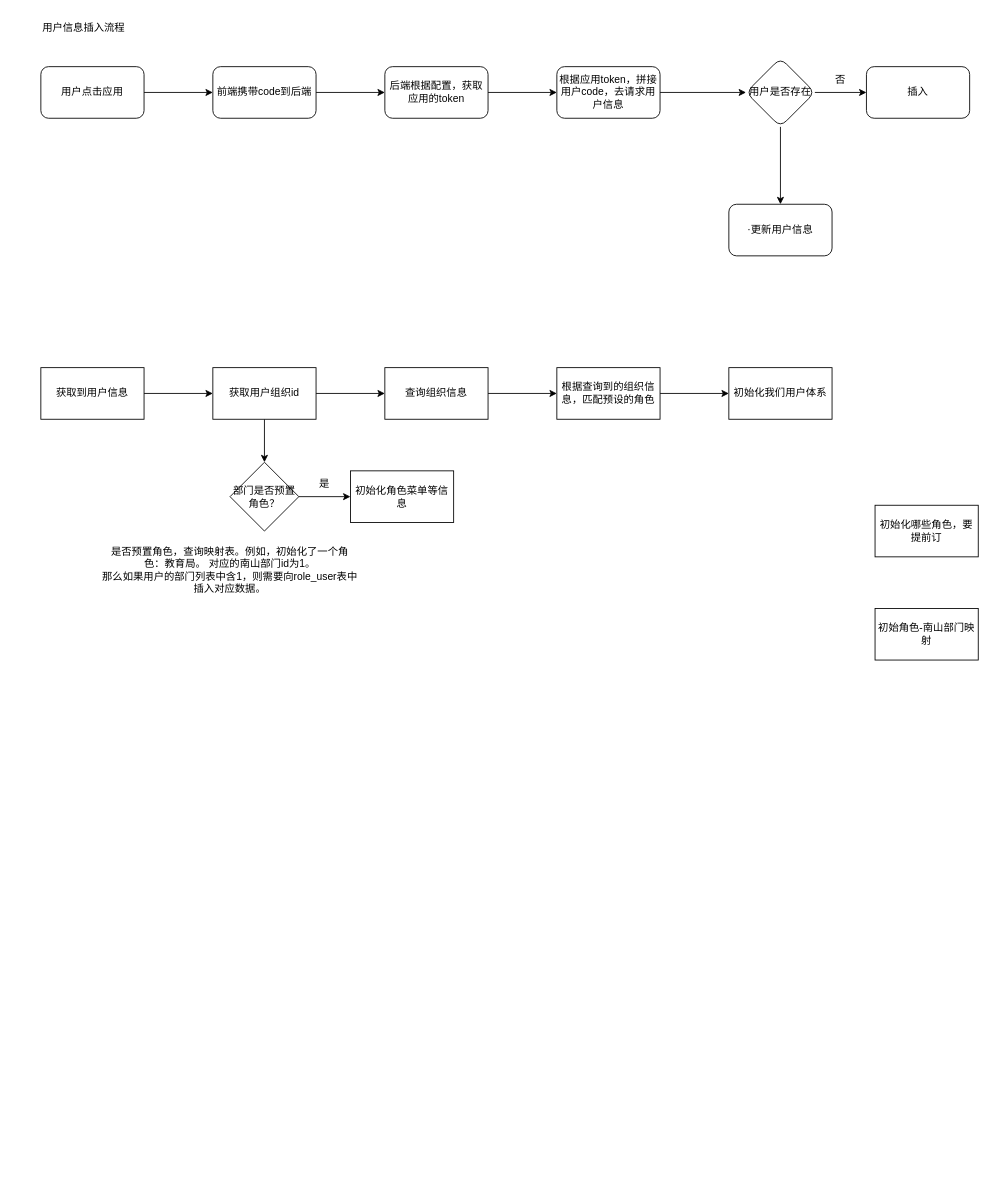
Above: qh/一体化平台门户.drawio in shaominghuiwhatsup/graph (draw.io), before the change. Source tidied: cells renumbered, new cells numbered last; positions are measured from the earlier drawing's top-left corner, leaving out a move shared by most shapes. Both pictures are drawn from the tidied source at 86%, with x=0, y=0 at pixel (15, 15).
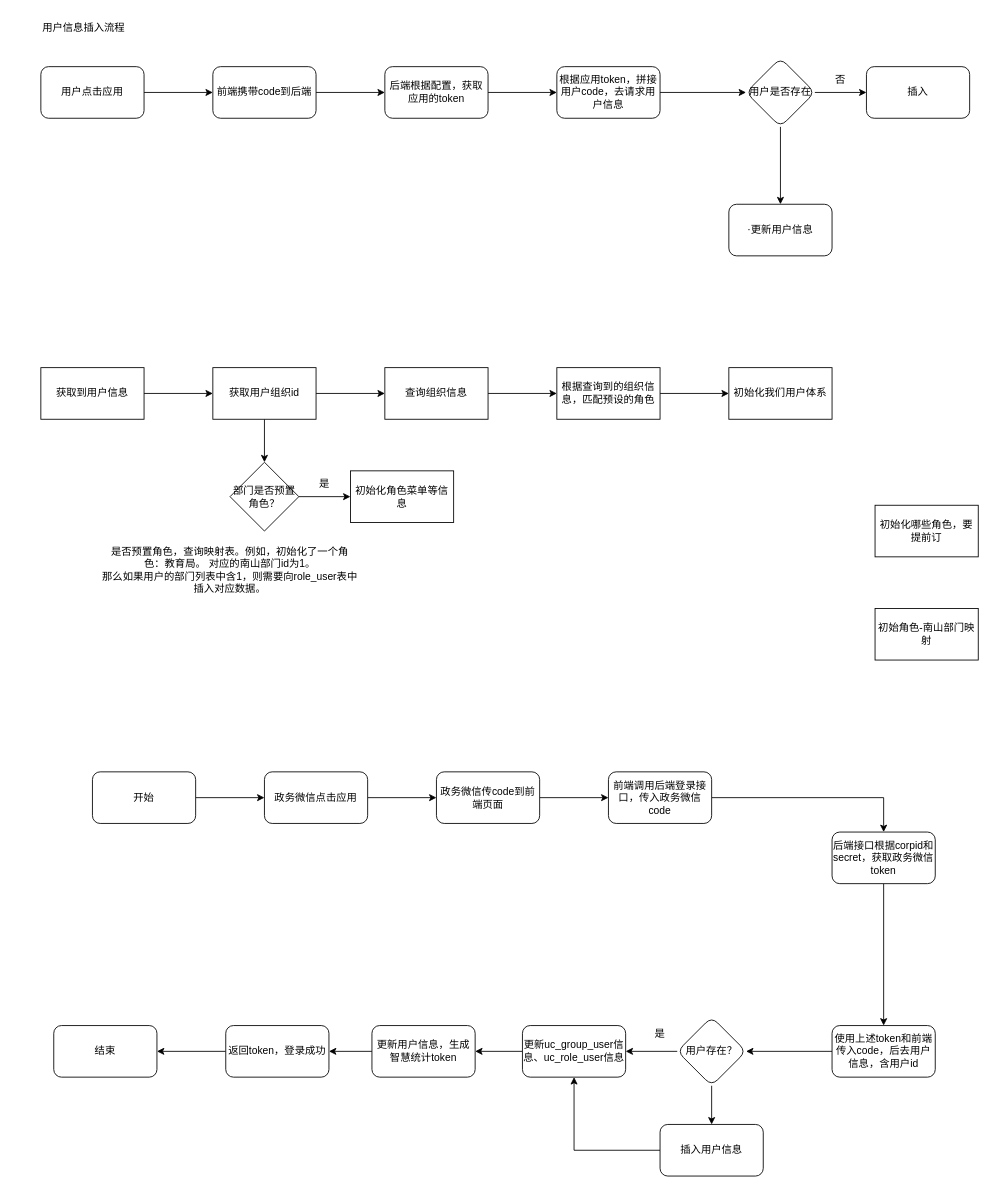
Above is the later version.

Commit message:
更新一体化平台门户.drawio

The edit, as a diff of the source:
```diff
@@
+    <mxCell id="34" style="edgeStyle=orthogonalEdgeStyle;rounded=0;jettySize=auto;html=1;" parent="1" edge="1" source="35" target="37">
+      <mxGeometry relative="1" as="geometry" />
+    </mxCell>
+    <mxCell id="35" value="开始" style="rounded=1;whiteSpace=wrap;html=1;" parent="1" vertex="1">
+      <mxGeometry x="90" y="880" width="120" height="60" as="geometry" />
+    </mxCell>
+    <mxCell id="36" style="edgeStyle=orthogonalEdgeStyle;rounded=0;jettySize=auto;html=1;" parent="1" edge="1" source="37" target="39">
+      <mxGeometry relative="1" as="geometry" />
+    </mxCell>
+    <mxCell id="37" value="政务微信点击应用" style="whiteSpace=wrap;html=1;rounded=1;" parent="1" vertex="1">
+      <mxGeometry x="290" y="880" width="120" height="60" as="geometry" />
+    </mxCell>
+    <mxCell id="38" style="edgeStyle=orthogonalEdgeStyle;rounded=0;jettySize=auto;html=1;" parent="1" edge="1" source="39" target="41">
+      <mxGeometry relative="1" as="geometry" />
+    </mxCell>
+    <mxCell id="39" value="政务微信传code到前端页面" style="whiteSpace=wrap;html=1;rounded=1;" parent="1" vertex="1">
+      <mxGeometry x="490" y="880" width="120" height="60" as="geometry" />
+    </mxCell>
+    <mxCell id="40" style="edgeStyle=orthogonalEdgeStyle;rounded=0;jettySize=auto;html=1;" parent="1" edge="1" source="41" target="43">
+      <mxGeometry relative="1" as="geometry" />
+    </mxCell>
+    <mxCell id="41" value="前端调用后端登录接口，传入政务微信code" style="whiteSpace=wrap;html=1;rounded=1;" parent="1" vertex="1">
+      <mxGeometry x="690" y="880" width="120" height="60" as="geometry" />
+    </mxCell>
+    <mxCell id="42" style="edgeStyle=orthogonalEdgeStyle;rounded=0;jettySize=auto;html=1;" parent="1" edge="1" source="43" target="45">
+      <mxGeometry relative="1" as="geometry" />
+    </mxCell>
+    <mxCell id="43" value="后端接口根据corpid和secret，获取政务微信token" style="whiteSpace=wrap;html=1;rounded=1;" parent="1" vertex="1">
+      <mxGeometry x="950" y="950" width="120" height="60" as="geometry" />
+    </mxCell>
+    <mxCell id="44" style="edgeStyle=orthogonalEdgeStyle;rounded=0;jettySize=auto;html=1;" parent="1" edge="1" source="45" target="48">
+      <mxGeometry relative="1" as="geometry" />
+    </mxCell>
+    <mxCell id="45" value="使用上述token和前端传入code，后去用户信息，含用户id" style="whiteSpace=wrap;html=1;rounded=1;" parent="1" vertex="1">
+      <mxGeometry x="950" y="1175" width="120" height="60" as="geometry" />
+    </mxCell>
+    <mxCell id="46" style="edgeStyle=orthogonalEdgeStyle;rounded=0;jettySize=auto;html=1;entryX=1;entryY=0.5;entryDx=0;entryDy=0;" parent="1" edge="1" source="48" target="58">
+      <mxGeometry relative="1" as="geometry" />
+    </mxCell>
+    <mxCell id="47" style="edgeStyle=orthogonalEdgeStyle;rounded=0;jettySize=auto;html=1;" parent="1" edge="1" source="48" target="55">
+      <mxGeometry relative="1" as="geometry" />
+    </mxCell>
+    <mxCell id="48" value="用户存在？" style="rhombus;whiteSpace=wrap;html=1;rounded=1;" parent="1" vertex="1">
+      <mxGeometry x="770" y="1165" width="80" height="80" as="geometry" />
+    </mxCell>
+    <mxCell id="49" style="edgeStyle=orthogonalEdgeStyle;rounded=0;jettySize=auto;html=1;" parent="1" edge="1" source="50" target="52">
+      <mxGeometry relative="1" as="geometry" />
+    </mxCell>
+    <mxCell id="50" value="更新用户信息，生成智慧统计token" style="whiteSpace=wrap;html=1;rounded=1;" parent="1" vertex="1">
+      <mxGeometry x="415" y="1175" width="120" height="60" as="geometry" />
+    </mxCell>
+    <mxCell id="51" style="edgeStyle=orthogonalEdgeStyle;rounded=0;jettySize=auto;html=1;" parent="1" edge="1" source="52" target="53">
+      <mxGeometry relative="1" as="geometry" />
+    </mxCell>
+    <mxCell id="52" value="返回token，登录成功" style="whiteSpace=wrap;html=1;rounded=1;" parent="1" vertex="1">
+      <mxGeometry x="245" y="1175" width="120" height="60" as="geometry" />
+    </mxCell>
+    <mxCell id="53" value="结束" style="whiteSpace=wrap;html=1;rounded=1;" parent="1" vertex="1">
+      <mxGeometry x="45" y="1175" width="120" height="60" as="geometry" />
+    </mxCell>
+    <mxCell id="54" style="edgeStyle=orthogonalEdgeStyle;rounded=0;jettySize=auto;html=1;" parent="1" edge="1" source="55" target="58">
+      <mxGeometry relative="1" as="geometry" />
+    </mxCell>
+    <mxCell id="55" value="插入用户信息" style="whiteSpace=wrap;html=1;rounded=1;" parent="1" vertex="1">
+      <mxGeometry x="750" y="1290" width="120" height="60" as="geometry" />
+    </mxCell>
+    <mxCell id="56" value="是" style="text;html=1;align=center;verticalAlign=middle;whiteSpace=wrap;rounded=0;" parent="1" vertex="1">
+      <mxGeometry x="720" y="1170" width="60" height="30" as="geometry" />
+    </mxCell>
+    <mxCell id="57" style="edgeStyle=orthogonalEdgeStyle;rounded=0;jettySize=auto;html=1;exitX=0;exitY=0.5;exitDx=0;exitDy=0;entryX=1;entryY=0.5;entryDx=0;entryDy=0;" parent="1" edge="1" source="58" target="50">
+      <mxGeometry relative="1" as="geometry" />
+    </mxCell>
+    <mxCell id="58" value="更新uc_group_user信息、uc_role_user信息" style="whiteSpace=wrap;html=1;rounded=1;" parent="1" vertex="1">
+      <mxGeometry x="590" y="1175" width="120" height="60" as="geometry" />
+    </mxCell>
```
